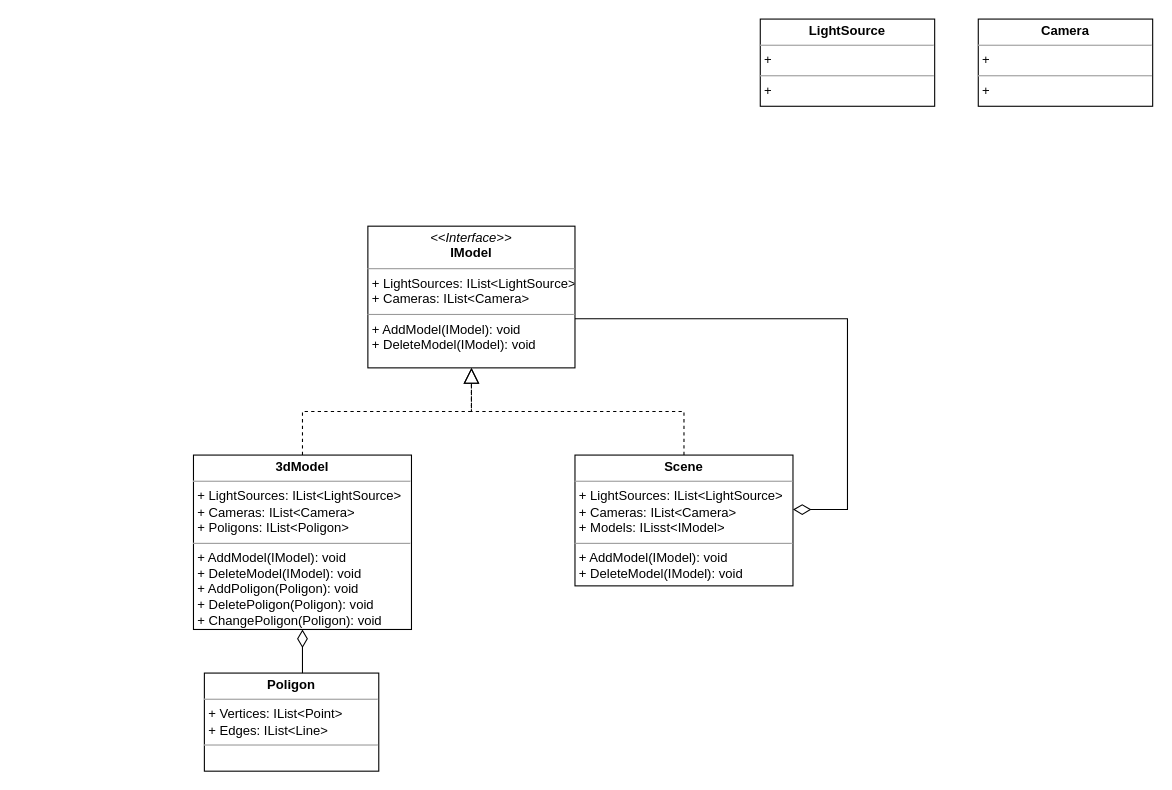
Above: page "Models" (2 of 3) of module_2/Classes.drawio in SheinEA/gb_architect (draw.io), before the change. Source tidied: cells renumbered, new cells numbered last; positions are measured from the earlier drawing's top-left corner, leaving out a move shared by most shapes. Both pictures are drawn from the tidied source at 109%, with x=0, y=0 at pixel (193, 19).
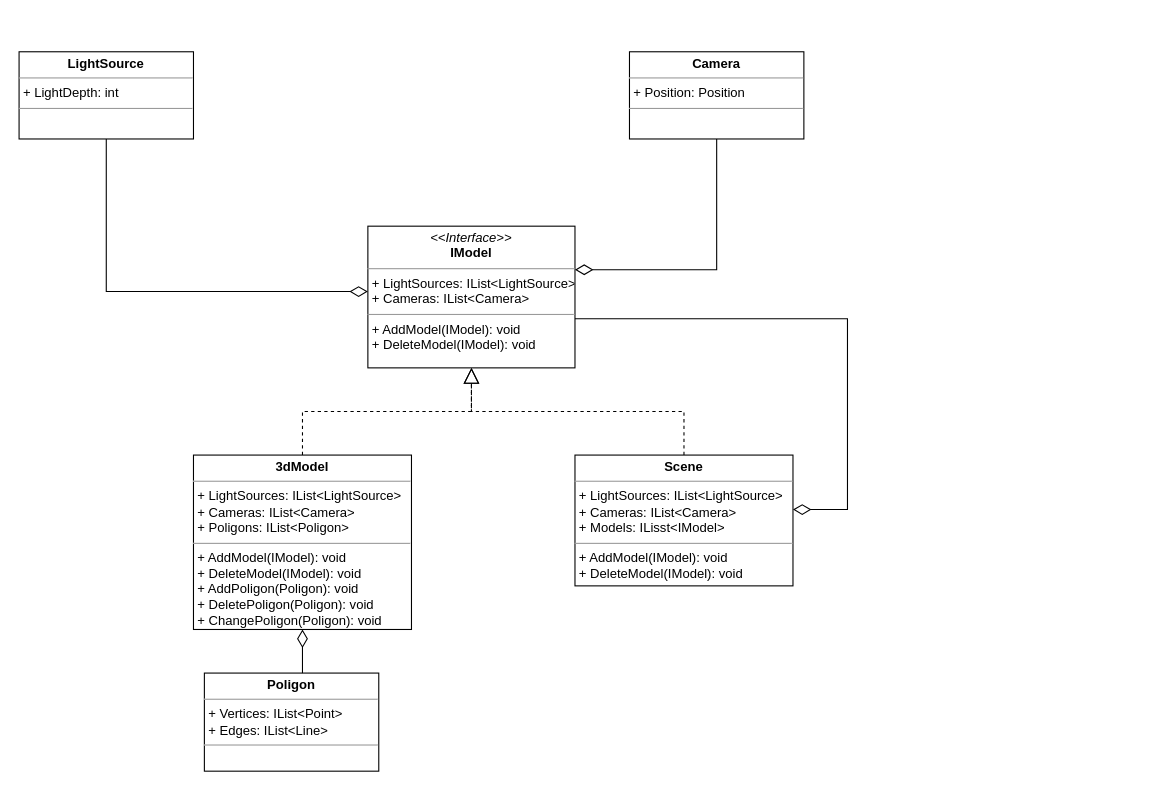
The same page after the edit.

What changed in the source:
```diff
@@
 <mxGraphModel>
   <root>
     <mxCell id="0" />
     <mxCell id="1" parent="0" />
     <mxCell id="2" style="endArrow=block;dashed=1;endFill=0;endSize=12;html=1;exitX=0.5;exitY=0;exitDx=0;exitDy=0;edgeStyle=orthogonalEdgeStyle;rounded=0;" parent="1" edge="1" source="5" target="4">
       <mxGeometry relative="1" as="geometry" />
     </mxCell>
     <mxCell id="3" style="endArrow=block;dashed=1;endFill=0;endSize=12;html=1;exitX=0.5;exitY=0;exitDx=0;exitDy=0;edgeStyle=orthogonalEdgeStyle;rounded=0;" parent="1" edge="1" source="6" target="4">
       <mxGeometry relative="1" as="geometry" />
     </mxCell>
     <mxCell id="4" value="&lt;p style=&quot;margin: 0px ; margin-top: 4px ; text-align: center&quot;&gt;&lt;i&gt;&amp;lt;&amp;lt;Interface&amp;gt;&amp;gt;&lt;/i&gt;&lt;br&gt;&lt;b&gt;IModel&lt;/b&gt;&lt;/p&gt;&lt;hr size=&quot;1&quot;&gt;&lt;p style=&quot;outline: 0px ; margin: 0px 0px 0px 4px&quot;&gt;+ LightSources: IList&amp;lt;LightSource&amp;gt;&lt;/p&gt;&lt;p style=&quot;margin: 0px 0px 0px 4px&quot;&gt;+ Cameras: IList&amp;lt;Camera&amp;gt;&lt;/p&gt;&lt;hr size=&quot;1&quot;&gt;&lt;p style=&quot;margin: 0px ; margin-left: 4px&quot;&gt;+ AddModel(IModel): void&lt;br&gt;+ DeleteModel(IModel): void&lt;br&gt;&lt;/p&gt;" style="verticalAlign=top;align=left;overflow=fill;fontSize=12;fontFamily=Helvetica;html=1;" parent="1" vertex="1">
       <mxGeometry x="160" y="190" width="190" height="130" as="geometry" />
     </mxCell>
     <mxCell id="5" value="&lt;p style=&quot;margin: 0px ; margin-top: 4px ; text-align: center&quot;&gt;&lt;b&gt;3dModel&lt;/b&gt;&lt;/p&gt;&lt;hr size=&quot;1&quot;&gt;&lt;p style=&quot;outline: 0px ; margin: 0px 0px 0px 4px&quot;&gt;+ LightSources: IList&amp;lt;LightSource&amp;gt;&lt;/p&gt;&lt;p style=&quot;margin: 0px 0px 0px 4px&quot;&gt;+ Cameras: IList&amp;lt;Camera&amp;gt;&lt;/p&gt;&lt;p style=&quot;margin: 0px ; margin-left: 4px&quot;&gt;+ Poligons: IList&amp;lt;Poligon&amp;gt;&lt;/p&gt;&lt;hr size=&quot;1&quot;&gt;&lt;p style=&quot;margin: 0px ; margin-left: 4px&quot;&gt;+ AddModel(IModel): void&lt;br&gt;+ DeleteModel(IModel): void&lt;br&gt;&lt;/p&gt;&lt;p style=&quot;margin: 0px ; margin-left: 4px&quot;&gt;+ AddPoligon(Poligon): void&lt;br&gt;&lt;/p&gt;&lt;p style=&quot;margin: 0px ; margin-left: 4px&quot;&gt;+ DeletePoligon(Poligon): void&lt;br&gt;&lt;/p&gt;&lt;p style=&quot;margin: 0px ; margin-left: 4px&quot;&gt;+ ChangePoligon(Poligon): void&lt;br&gt;&lt;/p&gt;" style="verticalAlign=top;align=left;overflow=fill;fontSize=12;fontFamily=Helvetica;html=1;" parent="1" vertex="1">
       <mxGeometry y="400" width="200" height="160" as="geometry" />
     </mxCell>
     <mxCell id="6" value="&lt;p style=&quot;margin: 0px ; margin-top: 4px ; text-align: center&quot;&gt;&lt;b&gt;Scene&lt;/b&gt;&lt;br&gt;&lt;/p&gt;&lt;hr size=&quot;1&quot;&gt;&lt;p style=&quot;margin: 0px ; margin-left: 4px&quot;&gt;+ LightSources: IList&amp;lt;LightSource&amp;gt;&lt;/p&gt;&lt;p style=&quot;margin: 0px ; margin-left: 4px&quot;&gt;+ Cameras: IList&amp;lt;Camera&amp;gt;&lt;/p&gt;&lt;p style=&quot;margin: 0px ; margin-left: 4px&quot;&gt;+ Models: ILisst&amp;lt;IModel&amp;gt;&lt;/p&gt;&lt;hr size=&quot;1&quot;&gt;&lt;p style=&quot;margin: 0px ; margin-left: 4px&quot;&gt;+ AddModel(IModel): void&lt;br&gt;+ DeleteModel(IModel): void&lt;br&gt;&lt;/p&gt;" style="verticalAlign=top;align=left;overflow=fill;fontSize=12;fontFamily=Helvetica;html=1;" parent="1" vertex="1">
       <mxGeometry x="350" y="400" width="200" height="120" as="geometry" />
     </mxCell>
     <mxCell id="7" value="&lt;p style=&quot;margin: 0px ; margin-top: 4px ; text-align: center&quot;&gt;&lt;b&gt;Poligon&lt;/b&gt;&lt;/p&gt;&lt;hr size=&quot;1&quot;&gt;&lt;p style=&quot;margin: 0px ; margin-left: 4px&quot;&gt;+ Vertices: IList&amp;lt;Point&amp;gt;&lt;/p&gt;&lt;p style=&quot;margin: 0px ; margin-left: 4px&quot;&gt;+ Edges: IList&amp;lt;Line&amp;gt;&lt;/p&gt;&lt;hr size=&quot;1&quot;&gt;&lt;p style=&quot;margin: 0px ; margin-left: 4px&quot;&gt;&lt;br&gt;&lt;/p&gt;" style="verticalAlign=top;align=left;overflow=fill;fontSize=12;fontFamily=Helvetica;html=1;" parent="1" vertex="1">
       <mxGeometry x="10" y="600" width="160" height="90" as="geometry" />
     </mxCell>
-    <mxCell id="8" value="&lt;p style=&quot;margin: 0px ; margin-top: 4px ; text-align: center&quot;&gt;&lt;b&gt;&lt;span style=&quot;text-align: left&quot;&gt;LightSource&lt;/span&gt;&lt;br&gt;&lt;/b&gt;&lt;/p&gt;&lt;hr size=&quot;1&quot;&gt;&lt;p style=&quot;margin: 0px ; margin-left: 4px&quot;&gt;+&amp;nbsp;&lt;/p&gt;&lt;hr size=&quot;1&quot;&gt;&lt;p style=&quot;margin: 0px ; margin-left: 4px&quot;&gt;+&lt;br&gt;&lt;/p&gt;" style="verticalAlign=top;align=left;overflow=fill;fontSize=12;fontFamily=Helvetica;html=1;" parent="1" vertex="1">
-      <mxGeometry x="520" width="160" height="80" as="geometry" />
+    <mxCell id="8" value="&lt;p style=&quot;margin: 0px ; margin-top: 4px ; text-align: center&quot;&gt;&lt;b&gt;&lt;span style=&quot;text-align: left&quot;&gt;LightSource&lt;/span&gt;&lt;br&gt;&lt;/b&gt;&lt;/p&gt;&lt;hr size=&quot;1&quot;&gt;&lt;p style=&quot;margin: 0px ; margin-left: 4px&quot;&gt;+&amp;nbsp;LightDepth: int&lt;/p&gt;&lt;hr size=&quot;1&quot;&gt;&lt;p style=&quot;margin: 0px ; margin-left: 4px&quot;&gt;&lt;br&gt;&lt;/p&gt;" style="verticalAlign=top;align=left;overflow=fill;fontSize=12;fontFamily=Helvetica;html=1;" parent="1" vertex="1">
+      <mxGeometry x="-160" y="30" width="160" height="80" as="geometry" />
     </mxCell>
-    <mxCell id="9" value="&lt;p style=&quot;margin: 4px 0px 0px ; text-align: center&quot;&gt;&lt;b&gt;Camera&lt;/b&gt;&lt;/p&gt;&lt;hr size=&quot;1&quot;&gt;&lt;p style=&quot;margin: 0px ; margin-left: 4px&quot;&gt;+&amp;nbsp;&lt;/p&gt;&lt;hr size=&quot;1&quot;&gt;&lt;p style=&quot;margin: 0px ; margin-left: 4px&quot;&gt;+&lt;br&gt;&lt;/p&gt;" style="verticalAlign=top;align=left;overflow=fill;fontSize=12;fontFamily=Helvetica;html=1;" parent="1" vertex="1">
-      <mxGeometry x="720" width="160" height="80" as="geometry" />
+    <mxCell id="9" value="&lt;p style=&quot;margin: 4px 0px 0px ; text-align: center&quot;&gt;&lt;b&gt;Camera&lt;/b&gt;&lt;/p&gt;&lt;hr size=&quot;1&quot;&gt;&lt;p style=&quot;margin: 0px ; margin-left: 4px&quot;&gt;+&amp;nbsp;Position:&amp;nbsp;Position&lt;/p&gt;&lt;hr size=&quot;1&quot;&gt;&lt;p style=&quot;margin: 0px ; margin-left: 4px&quot;&gt;&lt;br&gt;&lt;/p&gt;" style="verticalAlign=top;align=left;overflow=fill;fontSize=12;fontFamily=Helvetica;html=1;" parent="1" vertex="1">
+      <mxGeometry x="400" y="30" width="160" height="80" as="geometry" />
     </mxCell>
     <mxCell id="10" style="endArrow=none;html=1;endSize=12;startArrow=diamondThin;startSize=14;startFill=0;edgeStyle=orthogonalEdgeStyle;align=left;verticalAlign=bottom;endFill=0;rounded=0;" parent="1" edge="1" source="6" target="4">
       <mxGeometry x="-1" y="3" relative="1" as="geometry">
         <Array as="points">
           <mxPoint x="600" y="450" />
           <mxPoint x="600" y="275" />
         </Array>
       </mxGeometry>
     </mxCell>
     <mxCell id="11" style="endArrow=none;html=1;endSize=12;startArrow=diamondThin;startSize=14;startFill=0;edgeStyle=orthogonalEdgeStyle;align=left;verticalAlign=bottom;endFill=0;rounded=0;" parent="1" edge="1" source="5" target="7">
       <mxGeometry x="-1" y="3" relative="1" as="geometry">
         <Array as="points">
           <mxPoint x="90" y="430" />
         </Array>
       </mxGeometry>
     </mxCell>
+    <mxCell id="12" style="endArrow=none;html=1;endSize=12;startArrow=diamondThin;startSize=14;startFill=0;edgeStyle=orthogonalEdgeStyle;align=left;verticalAlign=bottom;endFill=0;rounded=0;" parent="1" edge="1" source="4" target="8">
+      <mxGeometry x="-1" y="3" relative="1" as="geometry">
+        <Array as="points">
+          <mxPoint x="-80" y="250" />
+        </Array>
+      </mxGeometry>
+    </mxCell>
+    <mxCell id="13" style="endArrow=none;html=1;endSize=12;startArrow=diamondThin;startSize=14;startFill=0;edgeStyle=orthogonalEdgeStyle;align=left;verticalAlign=bottom;endFill=0;rounded=0;" parent="1" edge="1" source="4" target="9">
+      <mxGeometry x="-1" y="3" relative="1" as="geometry">
+        <Array as="points">
+          <mxPoint x="480" y="230" />
+        </Array>
+      </mxGeometry>
+    </mxCell>
   </root>
 </mxGraphModel>
```
